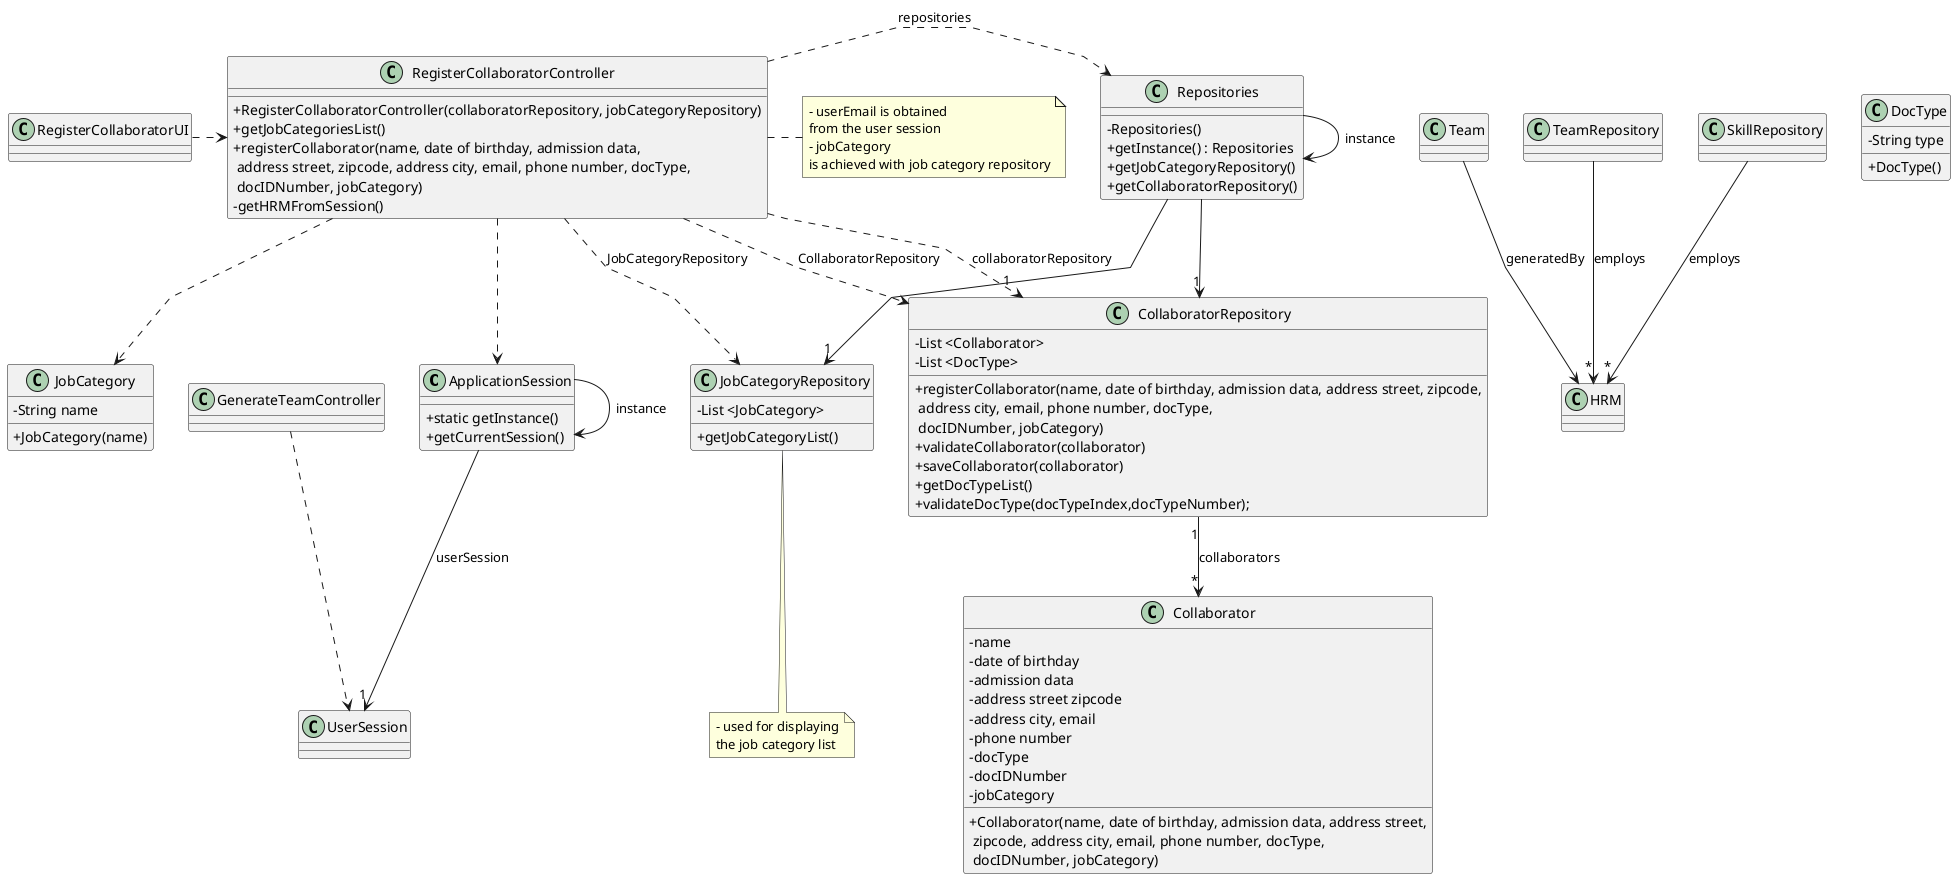
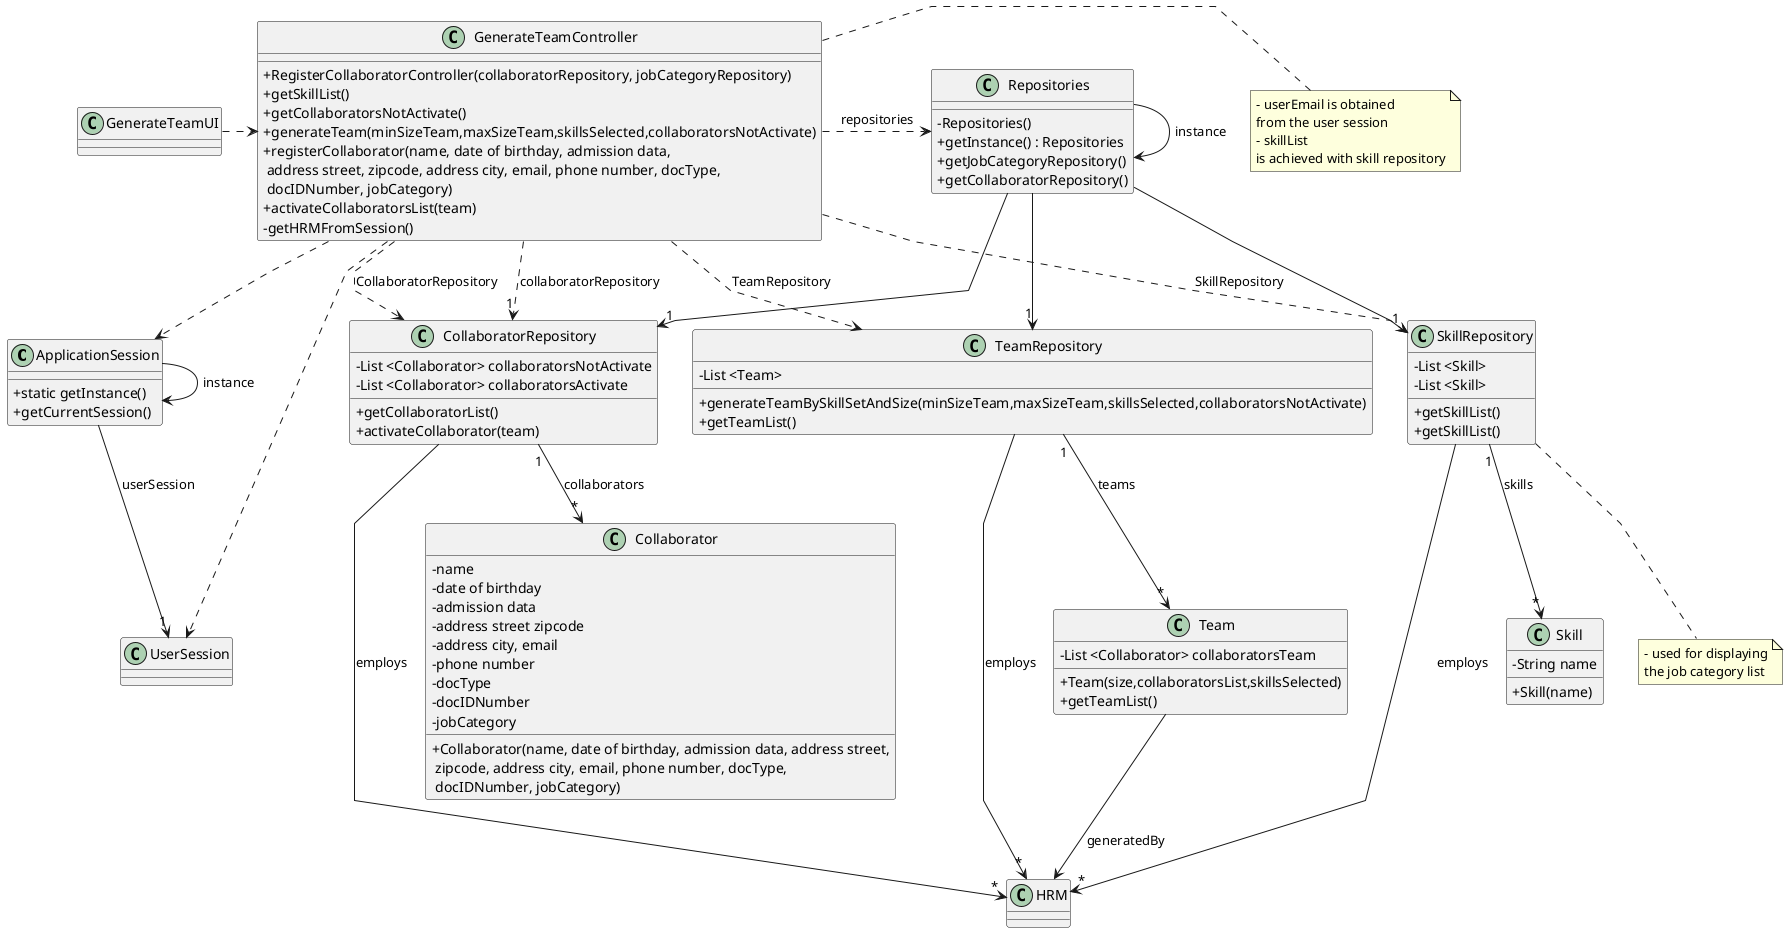
@startuml
'skinparam monochrome true
skinparam packageStyle rectangle
skinparam shadowing false
skinparam linetype polyline
'skinparam linetype orto

skinparam classAttributeIconSize 0

'left to right direction

class ApplicationSession{
    + static getInstance()
    + getCurrentSession()
}

class UserSession{
}

class HRM {
}

class Collaborator {
    - name
    - date of birthday
    - admission data
    - address street zipcode
    - address city, email
    - phone number
    - docType
    - docIDNumber
    - jobCategory

    + Collaborator(name, date of birthday, admission data, address street,\n zipcode, address city, email, phone number, docType,\n docIDNumber, jobCategory)
}

- class JobCategory {
+ class Skill {
    - String name
-     + JobCategory(name)
+     + Skill(name)
}

class CollaboratorRepository {
-     - List <Collaborator>
-     - List <DocType>
-     + registerCollaborator(name, date of birthday, admission data, address street, zipcode,\n address city, email, phone number, docType,\n docIDNumber, jobCategory)
-     + validateCollaborator(collaborator)
-     + saveCollaborator(collaborator)
-     + getDocTypeList()
-     + validateDocType(docTypeIndex,docTypeNumber);
+     - List <Collaborator> collaboratorsNotActivate
+     - List <Collaborator> collaboratorsActivate
+     + getCollaboratorList()
+     + activateCollaborator(team)
}

- class DocType{
-     -String type
-     +DocType()
+ class TeamRepository {
+     - List <Team>
+     + generateTeamBySkillSetAndSize(minSizeTeam,maxSizeTeam,skillsSelected,collaboratorsNotActivate)
+     + getTeamList()
}

- class JobCategoryRepository {
-     - List <JobCategory>
-     + getJobCategoryList()
+ class SkillRepository{
+     - List <Skill>
+     + getSkillList()
+ }
+ 
+ class Team{
+     -List <Collaborator> collaboratorsTeam
+     + Team(size,collaboratorsList,skillsSelected)
+     + getTeamList()
}


class Repositories {
    - Repositories()
    + getInstance() : Repositories
    + getJobCategoryRepository()
    + getCollaboratorRepository()
}

- class RegisterCollaboratorController {
+ class GenerateTeamController {
    + RegisterCollaboratorController(collaboratorRepository, jobCategoryRepository)
-     + getJobCategoriesList()
+     + getSkillList()
+     + getCollaboratorsNotActivate()
+     + generateTeam(minSizeTeam,maxSizeTeam,skillsSelected,collaboratorsNotActivate)
    + registerCollaborator(name, date of birthday, admission data,\n address street, zipcode, address city, email, phone number, docType,\n docIDNumber, jobCategory)
+     + activateCollaboratorsList(team)
    - getHRMFromSession()
}

- note right of RegisterCollaboratorController
+ class SkillRepository{
+     - List <Skill>
+     + getSkillList()
+ }
+ 
+ note right of GenerateTeamController
    - userEmail is obtained
    from the user session
-     - jobCategory
-     is achieved with job category repository
+     - skillList
+     is achieved with skill repository
end note

- note bottom of JobCategoryRepository
+ note bottom of SkillRepository
    - used for displaying
    the job category list
end note

- class RegisterCollaboratorUI {
+ class GenerateTeamUI {
}

Repositories -> Repositories : instance
ApplicationSession -> ApplicationSession : instance

- RegisterCollaboratorUI .> RegisterCollaboratorController
+ GenerateTeamUI .> GenerateTeamController

- RegisterCollaboratorController .> Repositories : repositories
- 
- Repositories -> "1" JobCategoryRepository
- 
- RegisterCollaboratorController ..> JobCategory
- RegisterCollaboratorController ..> CollaboratorRepository : CollaboratorRepository
- RegisterCollaboratorController ..> JobCategoryRepository : JobCategoryRepository
+ GenerateTeamController .> Repositories : repositories

Repositories --> "1" CollaboratorRepository
+ Repositories --> "1" SkillRepository
+ Repositories --> "1" TeamRepository

- ApplicationSession --> "1" UserSession : userSession
- RegisterCollaboratorController ..> "1" CollaboratorRepository : collaboratorRepository
- RegisterCollaboratorController ..> ApplicationSession
+ GenerateTeamController ..> CollaboratorRepository : CollaboratorRepository
+ GenerateTeamController ..> SkillRepository : SkillRepository
+ GenerateTeamController ..> TeamRepository : TeamRepository
+ 
+ 
+ GenerateTeamController ..> "1" CollaboratorRepository : collaboratorRepository
+ GenerateTeamController ..> ApplicationSession
GenerateTeamController ..> UserSession

CollaboratorRepository "1" --> "*" Collaborator : collaborators
+ TeamRepository "1" --> "*" Team : teams
+ SkillRepository "1" --> "*" Skill : skills

Team --> HRM : generatedBy

+ ApplicationSession --> "1" UserSession : userSession
+ 
TeamRepository --> "*" HRM : employs
SkillRepository --> "*" HRM : employs
+ CollaboratorRepository --> "*" HRM : employs


@enduml